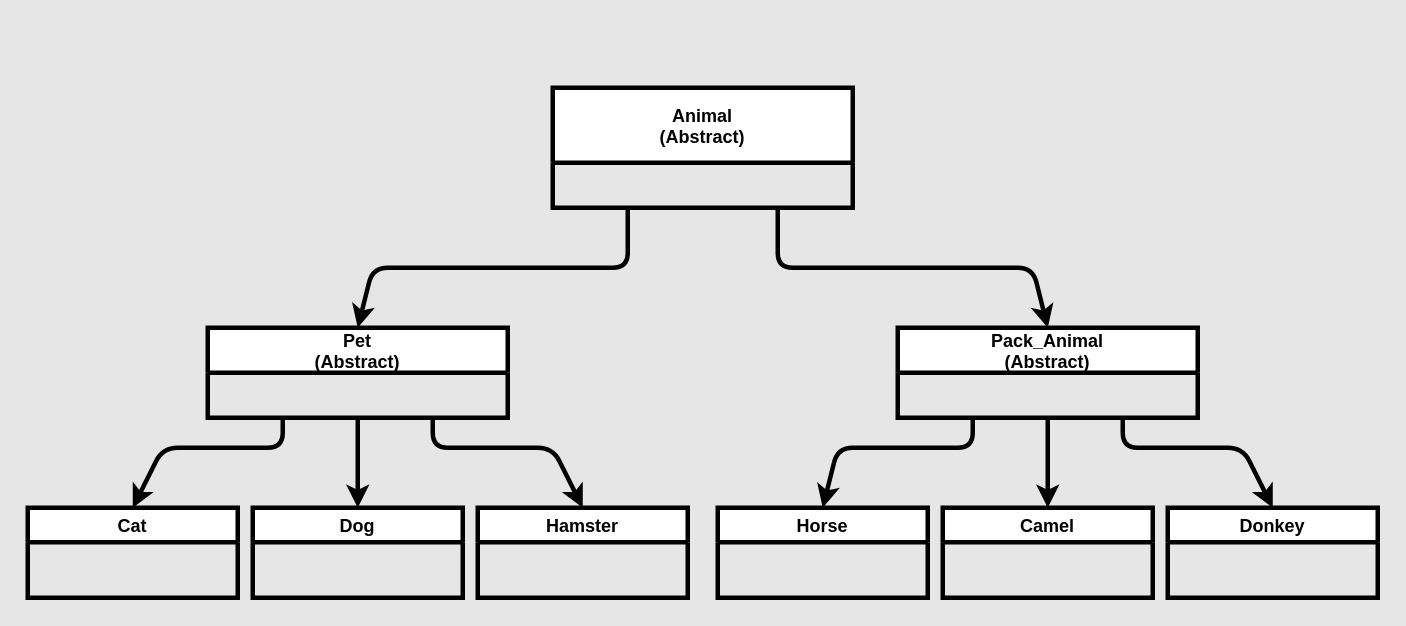
mrivs/Control-work-3 keeps this draw.io diagram as task06.drawio. Above is the earlier version. Source tidied: cells renumbered, new cells numbered last; positions are measured from the earlier drawing's top-left corner, leaving out a move shared by most shapes. Both pictures are drawn from the tidied source at 150%, with x=0, y=0 at pixel (27, 87).
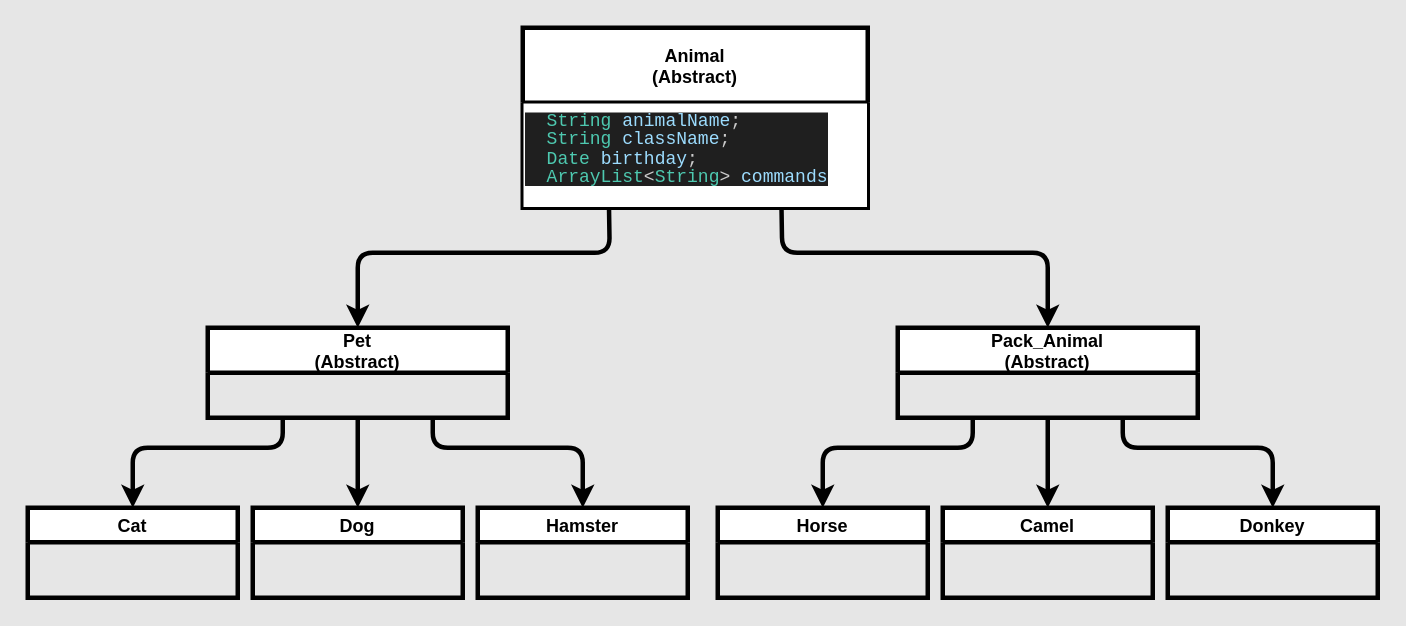
Above is the later version.

Unchanged cells that the change refers to:
```xml
<mxCell id="8" value="Pet&#10;(Abstract)" style="swimlane;strokeWidth=3;strokeColor=#000000;shadow=0;backgroundOutline=0;startSize=30;" parent="1" vertex="1">
  <mxGeometry x="120" y="160" width="200" height="60" as="geometry" />
</mxCell>
<mxCell id="12" value="Pack_Animal&#10;(Abstract)" style="swimlane;startSize=30;strokeWidth=3;strokeColor=#000000;shadow=0;backgroundOutline=0;" parent="1" vertex="1">
  <mxGeometry x="580" y="160" width="200" height="60" as="geometry" />
</mxCell>
<mxCell id="13" value="Cat" style="swimlane;shadow=0;strokeColor=#000000;strokeWidth=3;" parent="1" vertex="1">
  <mxGeometry y="280" width="140" height="60" as="geometry" />
</mxCell>
<mxCell id="15" value="Hamster" style="swimlane;shadow=0;strokeColor=#000000;strokeWidth=3;startSize=23;" parent="1" vertex="1">
  <mxGeometry x="300" y="280" width="140" height="60" as="geometry" />
</mxCell>
<mxCell id="16" value="Horse" style="swimlane;shadow=0;strokeColor=#000000;strokeWidth=3;" parent="1" vertex="1">
  <mxGeometry x="460" y="280" width="140" height="60" as="geometry" />
</mxCell>
<mxCell id="18" value="Donkey" style="swimlane;shadow=0;strokeColor=#000000;strokeWidth=3;startSize=23;" parent="1" vertex="1">
  <mxGeometry x="760" y="280" width="140" height="60" as="geometry" />
</mxCell>
```

Diff of the diagram source:
```diff
@@
-    <mxCell id="2" style="edgeStyle=none;html=1;exitX=0.75;exitY=1;exitDx=0;exitDy=0;entryX=0.5;entryY=0;entryDx=0;entryDy=0;strokeWidth=3;strokeColor=#000000;shadow=0;backgroundOutline=0;" parent="1" edge="1" source="3" target="12">
-      <mxGeometry relative="1" as="geometry">
-        <Array as="points">
-          <mxPoint x="500" y="120" />
-          <mxPoint x="670" y="120" />
-        </Array>
-      </mxGeometry>
-    </mxCell>
     <mxCell id="3" value="Animal&#10;(Abstract)" style="swimlane;startSize=50;strokeWidth=3;strokeColor=#000000;shadow=0;backgroundOutline=0;" parent="1" vertex="1">
-      <mxGeometry x="350" width="200" height="80" as="geometry" />
+      <mxGeometry x="330" y="-40" width="230" height="120" as="geometry" />
     </mxCell>
-    <mxCell id="4" style="endArrow=classic;html=1;exitX=0.25;exitY=1;exitDx=0;exitDy=0;strokeWidth=3;strokeColor=#000000;shadow=0;backgroundOutline=0;entryX=0.5;entryY=0;entryDx=0;entryDy=0;" parent="1" edge="1" source="3" target="8">
-      <mxGeometry relative="1" as="geometry">
-        <Array as="points">
-          <mxPoint x="400" y="120" />
-          <mxPoint x="230" y="120" />
-        </Array>
-      </mxGeometry>
-    </mxCell>
+    <mxCell id="19" style="whiteSpace=wrap;html=1;fontSize=12;" parent="3" vertex="1">
+      <mxGeometry y="50" width="230" height="70" as="geometry" />
+    </mxCell>
+    <mxCell id="20" value="&lt;div style=&quot;background-color: rgb(31, 31, 31); font-family: Consolas, &amp;quot;Courier New&amp;quot;, monospace; line-height: 103%;&quot;&gt;&lt;div style=&quot;color: rgb(204, 204, 204); line-height: 103%;&quot;&gt;&lt;span style=&quot;color: #4ec9b0;&quot;&gt;&amp;nbsp; String&lt;/span&gt; &lt;span style=&quot;color: #9cdcfe;&quot;&gt;animalName&lt;/span&gt;;&lt;/div&gt;&lt;div style=&quot;color: rgb(204, 204, 204); line-height: 103%;&quot;&gt;&lt;span style=&quot;color: #4ec9b0;&quot;&gt;&amp;nbsp; String&lt;/span&gt; &lt;span style=&quot;color: #9cdcfe;&quot;&gt;className&lt;/span&gt;;&lt;/div&gt;&lt;div style=&quot;color: rgb(204, 204, 204); line-height: 103%;&quot;&gt;&lt;span style=&quot;color: #4ec9b0;&quot;&gt;&amp;nbsp; Date&lt;/span&gt; &lt;span style=&quot;color: #9cdcfe;&quot;&gt;birthday&lt;/span&gt;;&lt;/div&gt;&lt;div style=&quot;line-height: 103%;&quot;&gt;&lt;font color=&quot;#cccccc&quot;&gt;&amp;nbsp;&amp;nbsp;&lt;/font&gt;&lt;span style=&quot;color: rgb(78, 201, 176);&quot;&gt;ArrayList&lt;/span&gt;&lt;font color=&quot;#cccccc&quot;&gt;&amp;lt;&lt;/font&gt;&lt;span style=&quot;color: rgb(78, 201, 176);&quot;&gt;String&lt;/span&gt;&lt;font color=&quot;#cccccc&quot;&gt;&amp;gt; &lt;/font&gt;&lt;span style=&quot;color: rgb(156, 220, 254);&quot;&gt;commands&lt;/span&gt;&lt;/div&gt;&lt;/div&gt;" style="text;html=1;align=left;verticalAlign=top;points=[];strokeColor=none;fillColor=none;fontSize=12;horizontal=1;" parent="3" vertex="1">
+      <mxGeometry y="50" width="210" height="60" as="geometry" />
+    </mxCell>
+    <mxCell id="21" style="edgeStyle=none;html=1;fontSize=12;" parent="3" edge="1" source="20" target="19">
+      <mxGeometry relative="1" as="geometry" />
+    </mxCell>
@@
     <mxCell id="6" style="edgeStyle=none;html=1;exitX=0.25;exitY=1;exitDx=0;exitDy=0;entryX=0.5;entryY=0;entryDx=0;entryDy=0;shadow=0;strokeColor=#000000;strokeWidth=3;" parent="1" edge="1" source="8" target="13">
       <mxGeometry relative="1" as="geometry">
         <Array as="points">
           <mxPoint x="170" y="240" />
-          <mxPoint x="90" y="240" />
+          <mxPoint x="70" y="240" />
         </Array>
       </mxGeometry>
     </mxCell>
     <mxCell id="7" style="edgeStyle=none;html=1;exitX=0.75;exitY=1;exitDx=0;exitDy=0;entryX=0.5;entryY=0;entryDx=0;entryDy=0;shadow=0;strokeColor=#000000;strokeWidth=3;" parent="1" edge="1" source="8" target="15">
       <mxGeometry relative="1" as="geometry">
         <Array as="points">
           <mxPoint x="270" y="240" />
-          <mxPoint x="350" y="240" />
+          <mxPoint x="370" y="240" />
         </Array>
       </mxGeometry>
     </mxCell>
@@
     <mxCell id="10" style="edgeStyle=none;html=1;exitX=0.25;exitY=1;exitDx=0;exitDy=0;entryX=0.5;entryY=0;entryDx=0;entryDy=0;shadow=0;strokeColor=#000000;strokeWidth=3;" parent="1" edge="1" source="12" target="16">
       <mxGeometry relative="1" as="geometry">
         <Array as="points">
           <mxPoint x="630" y="240" />
-          <mxPoint x="540" y="240" />
+          <mxPoint x="530" y="240" />
         </Array>
       </mxGeometry>
     </mxCell>
     <mxCell id="11" style="edgeStyle=none;html=1;exitX=0.75;exitY=1;exitDx=0;exitDy=0;entryX=0.5;entryY=0;entryDx=0;entryDy=0;shadow=0;strokeColor=#000000;strokeWidth=3;" parent="1" edge="1" source="12" target="18">
       <mxGeometry relative="1" as="geometry">
         <Array as="points">
           <mxPoint x="730" y="240" />
-          <mxPoint x="810" y="240" />
+          <mxPoint x="830" y="240" />
         </Array>
       </mxGeometry>
     </mxCell>
@@
+    <mxCell id="22" style="edgeStyle=none;html=1;exitX=0.25;exitY=1;exitDx=0;exitDy=0;shadow=0;strokeColor=#000000;strokeWidth=3;entryX=0.5;entryY=0;entryDx=0;entryDy=0;" parent="1" edge="1" source="19" target="8">
+      <mxGeometry relative="1" as="geometry">
+        <Array as="points">
+          <mxPoint x="388" y="110" />
+          <mxPoint x="220" y="110" />
+        </Array>
+      </mxGeometry>
+    </mxCell>
+    <mxCell id="23" style="edgeStyle=none;html=1;exitX=0.75;exitY=1;exitDx=0;exitDy=0;shadow=0;strokeColor=#000000;strokeWidth=3;entryX=0.5;entryY=0;entryDx=0;entryDy=0;verticalAlign=top;" parent="1" edge="1" source="19" target="12">
+      <mxGeometry relative="1" as="geometry">
+        <Array as="points">
+          <mxPoint x="503" y="110" />
+          <mxPoint x="680" y="110" />
+        </Array>
+      </mxGeometry>
+    </mxCell>
```
